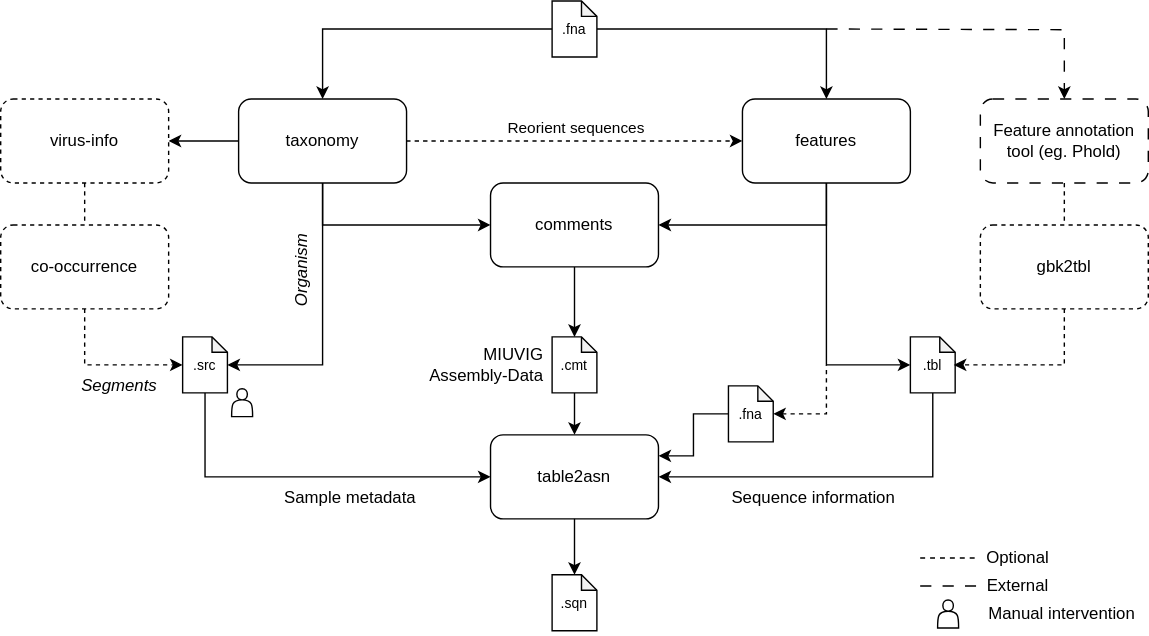
LanderDC/suvtk keeps this draw.io diagram as _images/suvtk_diagram_light.svg. Above is the earlier version. Source tidied: cells renumbered, new cells last; positions are measured from the earlier drawing's top-left corner, leaving out a move shared by most shapes.
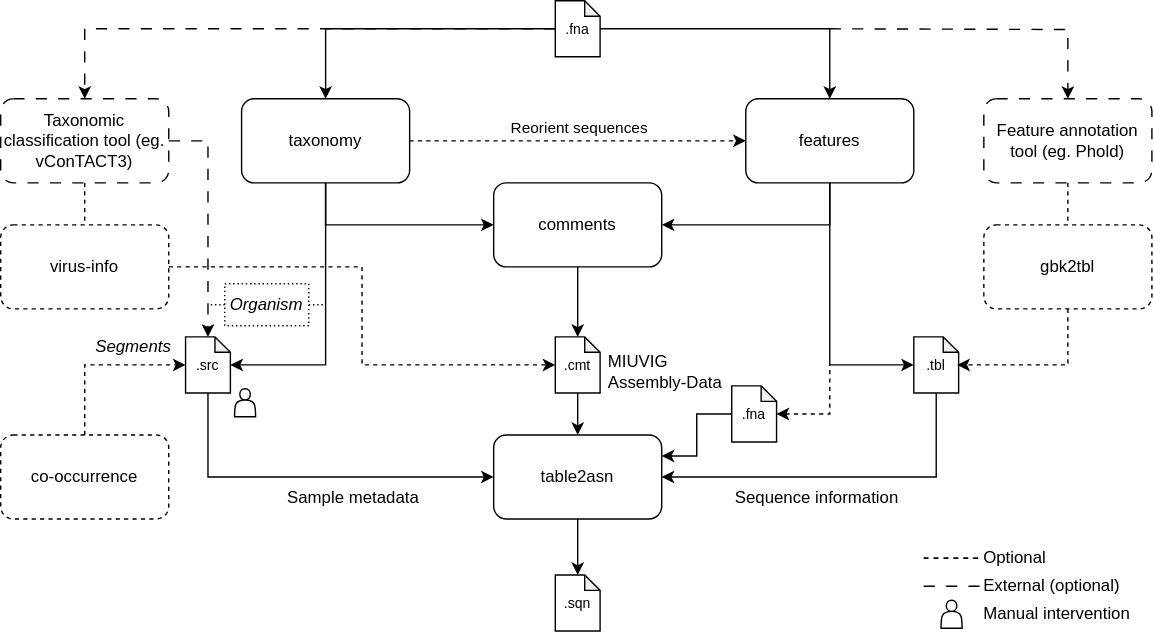
The same file after the commit.

Diff of the diagram source:
```diff
@@ -13,9 +13,6 @@
     <mxCell id="4" style="edgeStyle=orthogonalEdgeStyle;rounded=0;jettySize=auto;html=1;exitX=0.5;exitY=1;exitDx=0;exitDy=0;entryX=0;entryY=0.5;entryDx=0;entryDy=0;" parent="1" edge="1" source="6" target="10">
       <mxGeometry relative="1" as="geometry" />
     </mxCell>
-    <mxCell id="5" style="edgeStyle=orthogonalEdgeStyle;rounded=0;jettySize=auto;html=1;exitX=0;exitY=0.5;exitDx=0;exitDy=0;entryX=1;entryY=0.5;entryDx=0;entryDy=0;" parent="1" edge="1" source="6" target="11">
-      <mxGeometry relative="1" as="geometry" />
-    </mxCell>
     <mxCell id="6" value="taxonomy" style="rounded=1;whiteSpace=wrap;html=1;" parent="1" vertex="1">
       <mxGeometry x="170" y="70" width="120" height="60" as="geometry" />
     </mxCell>
@@ -34,7 +31,7 @@
       <mxGeometry x="350" y="130" width="120" height="60" as="geometry" />
     </mxCell>
     <mxCell id="11" value="virus-info" style="rounded=1;whiteSpace=wrap;html=1;dashed=1;" parent="1" vertex="1">
-      <mxGeometry y="70" width="120" height="60" as="geometry" />
+      <mxGeometry x="-2" y="160" width="120" height="60" as="geometry" />
     </mxCell>
     <mxCell id="12" style="edgeStyle=orthogonalEdgeStyle;rounded=0;orthogonalLoop=1;jettySize=auto;html=1;" parent="1" edge="1">
       <mxGeometry relative="1" as="geometry">
@@ -65,9 +62,6 @@
     <mxCell id="18" value="&lt;font style=&quot;font-size: 10px;&quot;&gt;.src&lt;/font&gt;" style="shape=note;whiteSpace=wrap;html=1;backgroundOutline=1;darkOpacity=0.05;size=11;" parent="1" vertex="1">
       <mxGeometry x="130" y="240" width="32" height="40" as="geometry" />
     </mxCell>
-    <mxCell id="19" style="edgeStyle=orthogonalEdgeStyle;rounded=0;jettySize=auto;html=1;exitX=0.5;exitY=1;exitDx=0;exitDy=0;entryX=0;entryY=0.5;entryDx=0;entryDy=0;entryPerimeter=0;dashed=1;" parent="1" edge="1" source="11" target="18">
-      <mxGeometry relative="1" as="geometry" />
-    </mxCell>
     <mxCell id="20" style="edgeStyle=orthogonalEdgeStyle;rounded=0;jettySize=auto;html=1;exitX=0.5;exitY=1;exitDx=0;exitDy=0;entryX=1;entryY=0.5;entryDx=0;entryDy=0;entryPerimeter=0;" parent="1" edge="1" source="6" target="18">
       <mxGeometry relative="1" as="geometry" />
     </mxCell>
@@ -90,10 +84,20 @@
       <mxGeometry relative="1" as="geometry" />
     </mxCell>
     <mxCell id="27" value="&lt;i&gt;Segments&lt;/i&gt;" style="text;html=1;align=center;verticalAlign=middle;whiteSpace=wrap;rounded=0;rotation=0;" parent="1" vertex="1">
-      <mxGeometry x="50" y="260" width="70" height="30" as="geometry" />
+      <mxGeometry x="58" y="232" width="70" height="30" as="geometry" />
     </mxCell>
+    <mxCell id="51" style="edgeStyle=orthogonalEdgeStyle;rounded=0;jettySize=auto;html=1;exitX=0;exitY=0.5;exitDx=0;exitDy=0;endArrow=none;startFill=0;dashed=1;dashPattern=1 2;" parent="1" edge="1" source="28">
+      <mxGeometry relative="1" as="geometry">
+        <mxPoint x="148" y="217" as="targetPoint" />
+      </mxGeometry>
+    </mxCell>
+    <mxCell id="52" style="edgeStyle=orthogonalEdgeStyle;rounded=0;jettySize=auto;html=1;exitX=1;exitY=0.5;exitDx=0;exitDy=0;endArrow=none;startFill=0;dashed=1;dashPattern=1 2;" parent="1" edge="1" source="28">
+      <mxGeometry relative="1" as="geometry">
+        <mxPoint x="228" y="217" as="targetPoint" />
+      </mxGeometry>
+    </mxCell>
-    <mxCell id="28" value="&lt;i&gt;Organism&lt;/i&gt;" style="text;html=1;align=center;verticalAlign=middle;whiteSpace=wrap;rounded=0;rotation=-90;" parent="1" vertex="1">
-      <mxGeometry x="155" y="177.5" width="120" height="30" as="geometry" />
+    <mxCell id="28" value="&lt;i&gt;Organism&lt;/i&gt;" style="text;html=1;align=center;verticalAlign=middle;whiteSpace=wrap;rounded=0;rotation=0;strokeColor=default;dashed=1;dashPattern=1 2;" parent="1" vertex="1">
+      <mxGeometry x="158" y="202" width="60" height="30" as="geometry" />
     </mxCell>
     <mxCell id="29" style="edgeStyle=orthogonalEdgeStyle;rounded=0;jettySize=auto;html=1;entryX=0.5;entryY=0;entryDx=0;entryDy=0;" parent="1" edge="1" source="33" target="6">
       <mxGeometry relative="1" as="geometry" />
@@ -109,6 +113,9 @@
         <mxPoint x="590" y="20" as="sourcePoint" />
       </mxGeometry>
     </mxCell>
+    <mxCell id="53" style="edgeStyle=orthogonalEdgeStyle;rounded=0;jettySize=auto;html=1;exitX=0;exitY=0.5;exitDx=0;exitDy=0;exitPerimeter=0;entryX=0.5;entryY=0;entryDx=0;entryDy=0;dashed=1;dashPattern=8 8;" parent="1" edge="1" source="33" target="56">
+      <mxGeometry relative="1" as="geometry" />
+    </mxCell>
     <mxCell id="33" value="&lt;font style=&quot;font-size: 10px;&quot;&gt;.fna&lt;/font&gt;" style="shape=note;whiteSpace=wrap;html=1;backgroundOutline=1;darkOpacity=0.05;size=11;" parent="1" vertex="1">
       <mxGeometry x="394" width="32" height="40" as="geometry" />
     </mxCell>
@@ -127,14 +134,14 @@
     <mxCell id="36" value="Sample metadata" style="text;html=1;align=center;verticalAlign=middle;whiteSpace=wrap;rounded=0;" parent="1" vertex="1">
       <mxGeometry x="170" y="340" width="160" height="30" as="geometry" />
     </mxCell>
-    <mxCell id="37" value="MIUVIG&lt;div&gt;Assembly-Data&lt;/div&gt;" style="text;html=1;align=right;verticalAlign=middle;whiteSpace=wrap;rounded=0;" parent="1" vertex="1">
-      <mxGeometry x="300" y="245" width="90" height="30" as="geometry" />
+    <mxCell id="37" value="MIUVIG&lt;div&gt;Assembly-Data&lt;/div&gt;" style="text;html=1;align=left;verticalAlign=middle;whiteSpace=wrap;rounded=0;" parent="1" vertex="1">
+      <mxGeometry x="430" y="250" width="90" height="30" as="geometry" />
     </mxCell>
     <mxCell id="38" value="Sequence information" style="text;html=1;align=center;verticalAlign=middle;whiteSpace=wrap;rounded=0;" parent="1" vertex="1">
       <mxGeometry x="501" y="340" width="160" height="30" as="geometry" />
     </mxCell>
     <mxCell id="39" value="co-occurrence" style="rounded=1;whiteSpace=wrap;html=1;dashed=1;" parent="1" vertex="1">
-      <mxGeometry y="160" width="120" height="60" as="geometry" />
+      <mxGeometry x="-2" y="310" width="120" height="60" as="geometry" />
     </mxCell>
     <mxCell id="40" style="edgeStyle=orthogonalEdgeStyle;rounded=0;jettySize=auto;html=1;exitX=0.5;exitY=1;exitDx=0;exitDy=0;entryX=0.5;entryY=0;entryDx=0;entryDy=0;dashed=1;endArrow=none;startFill=0;" parent="1" edge="1" source="41" target="16">
       <mxGeometry relative="1" as="geometry" />
@@ -164,14 +171,29 @@
         <mxPoint y="35" as="sourcePoint" />
       </mxGeometry>
     </mxCell>
-    <mxCell id="48" value="Optional" style="text;html=1;align=center;verticalAlign=middle;whiteSpace=wrap;rounded=0;flipV=0;" parent="44" vertex="1">
-      <mxGeometry x="39.9" width="60" height="30" as="geometry" />
+    <mxCell id="48" value="Optional" style="text;html=1;align=left;verticalAlign=middle;whiteSpace=wrap;rounded=0;flipV=0;" parent="44" vertex="1">
+      <mxGeometry x="41" width="60" height="30" as="geometry" />
     </mxCell>
-    <mxCell id="49" value="External" style="text;html=1;align=center;verticalAlign=middle;whiteSpace=wrap;rounded=0;flipV=0;" parent="44" vertex="1">
-      <mxGeometry x="39.9" y="20" width="60" height="30" as="geometry" />
+    <mxCell id="49" value="External (optional)" style="text;html=1;align=left;verticalAlign=middle;whiteSpace=wrap;rounded=0;flipV=0;" parent="44" vertex="1">
+      <mxGeometry x="41" y="20" width="110.1" height="30" as="geometry" />
     </mxCell>
-    <mxCell id="50" value="Manual intervention" style="text;html=1;align=center;verticalAlign=middle;whiteSpace=wrap;rounded=0;flipV=0;" parent="44" vertex="1">
-      <mxGeometry x="39.9" y="40" width="122.5" height="30" as="geometry" />
+    <mxCell id="50" value="Manual intervention" style="text;html=1;align=left;verticalAlign=middle;whiteSpace=wrap;rounded=0;flipV=0;" parent="44" vertex="1">
+      <mxGeometry x="41" y="40" width="122.5" height="30" as="geometry" />
     </mxCell>
+    <mxCell id="54" style="edgeStyle=orthogonalEdgeStyle;rounded=0;jettySize=auto;html=1;exitX=0.5;exitY=0;exitDx=0;exitDy=0;entryX=0;entryY=0.5;entryDx=0;entryDy=0;entryPerimeter=0;dashed=1;" parent="1" edge="1" source="39" target="18">
+      <mxGeometry relative="1" as="geometry" />
+    </mxCell>
+    <mxCell id="55" style="edgeStyle=orthogonalEdgeStyle;rounded=0;jettySize=auto;html=1;exitX=0.5;exitY=1;exitDx=0;exitDy=0;entryX=0.5;entryY=0;entryDx=0;entryDy=0;dashed=1;endArrow=none;startFill=0;" parent="1" edge="1" source="56" target="11">
+      <mxGeometry relative="1" as="geometry" />
+    </mxCell>
+    <mxCell id="56" value="Taxonomic classification tool (eg. vConTACT3)" style="rounded=1;whiteSpace=wrap;html=1;dashed=1;dashPattern=8 8;" parent="1" vertex="1">
+      <mxGeometry x="-2" y="70" width="120" height="60" as="geometry" />
+    </mxCell>
+    <mxCell id="57" style="edgeStyle=orthogonalEdgeStyle;rounded=0;jettySize=auto;html=1;exitX=1;exitY=0.5;exitDx=0;exitDy=0;entryX=0.5;entryY=0;entryDx=0;entryDy=0;entryPerimeter=0;dashed=1;dashPattern=8 8;" parent="1" edge="1" source="56" target="18">
+      <mxGeometry relative="1" as="geometry" />
+    </mxCell>
+    <mxCell id="58" style="edgeStyle=elbowEdgeStyle;rounded=0;jettySize=auto;html=1;exitX=1;exitY=0.5;exitDx=0;exitDy=0;entryX=0;entryY=0.5;entryDx=0;entryDy=0;entryPerimeter=0;dashed=1;" parent="1" edge="1" source="11" target="21">
+      <mxGeometry relative="1" as="geometry" />
+    </mxCell>
   </root>
 </mxGraphModel>
```
